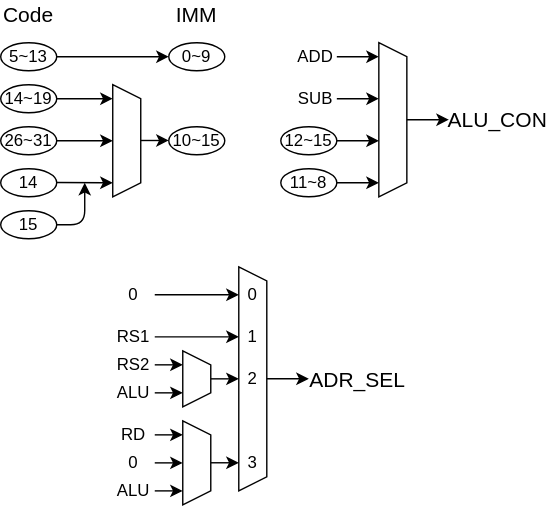
Earlier version of the draw.io export Lab/Computer/Micon/01_CPU/img/decoder.dio.svg (amane-uehara/kanade-k-1228.github.io). Source tidied: cells renumbered, new cells last; positions are measured from the earlier drawing's top-left corner, leaving out a move shared by most shapes.
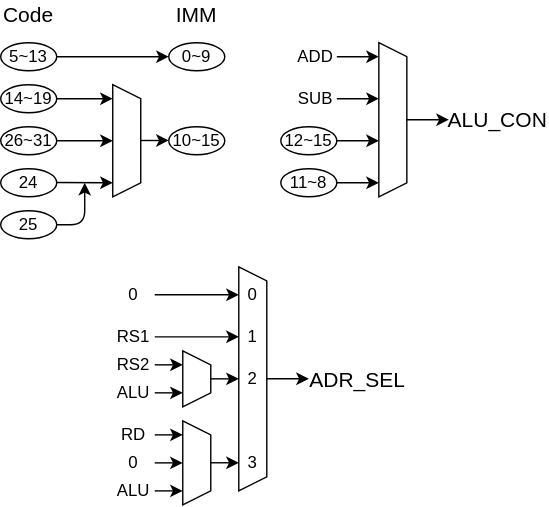
After the commit.

Diff of the diagram source:
```diff
@@ -11,7 +11,7 @@
     <mxCell id="4" value="26~31" style="ellipse;whiteSpace=wrap;html=1;" parent="1" vertex="1">
       <mxGeometry y="90" width="40" height="20" as="geometry" />
     </mxCell>
-    <mxCell id="5" value="14" style="ellipse;whiteSpace=wrap;html=1;" parent="1" vertex="1">
+    <mxCell id="5" value="24" style="ellipse;whiteSpace=wrap;html=1;" parent="1" vertex="1">
       <mxGeometry y="120" width="40" height="20" as="geometry" />
     </mxCell>
     <mxCell id="6" value="0~9" style="ellipse;whiteSpace=wrap;html=1;" parent="1" vertex="1">
@@ -203,7 +203,7 @@
         <mxPoint x="80" y="100" as="targetPoint" />
       </mxGeometry>
     </mxCell>
-    <mxCell id="50" value="15" style="ellipse;whiteSpace=wrap;html=1;" parent="1" vertex="1">
+    <mxCell id="50" value="25" style="ellipse;whiteSpace=wrap;html=1;" parent="1" vertex="1">
       <mxGeometry y="150" width="40" height="20" as="geometry" />
     </mxCell>
     <mxCell id="51" style="endArrow=classic;html=1;" parent="1" edge="1">
```
